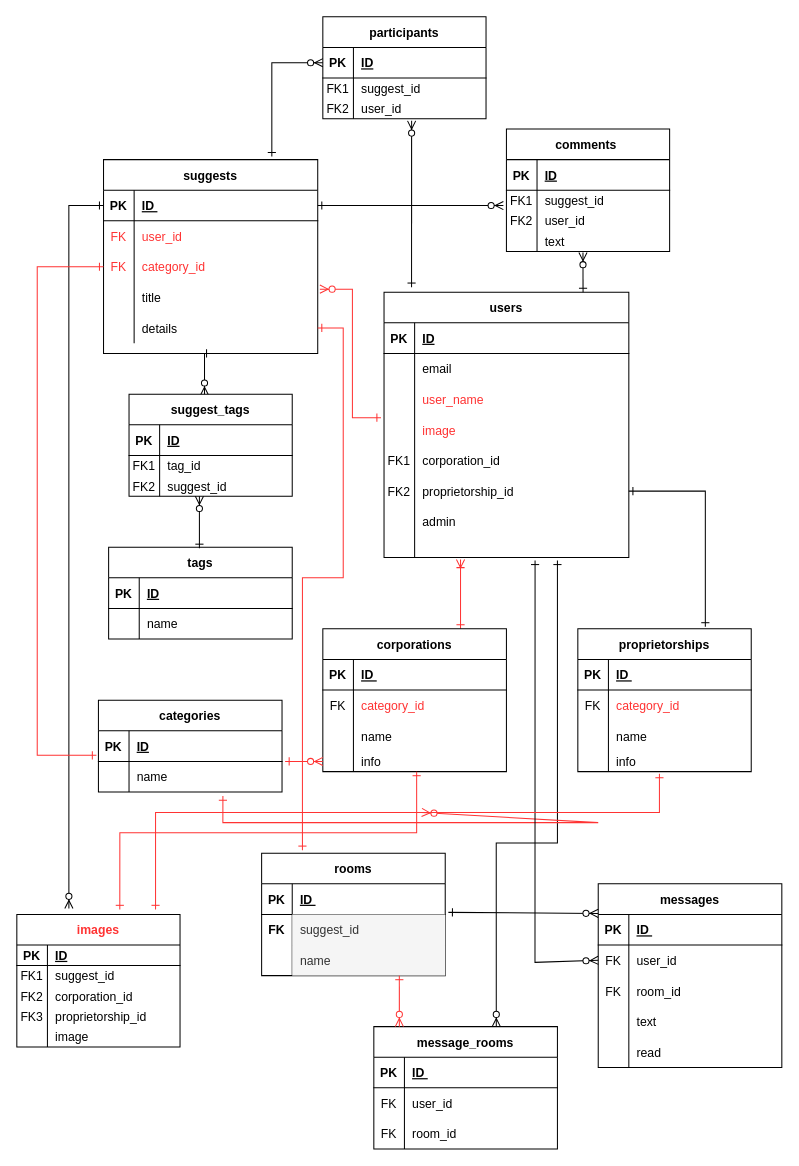
Earlier version of the draw.io diagram page "ページ3" (2 of 2) of Untitled Diagram.drawio (Sec-il-n/dic_guraduate_parts). Source tidied: cells renumbered, new cells numbered last; positions are measured from the earlier drawing's top-left corner, leaving out a move shared by most shapes. Both pictures are drawn from the tidied source at 102%, with x=0, y=0 at pixel (16, 16).
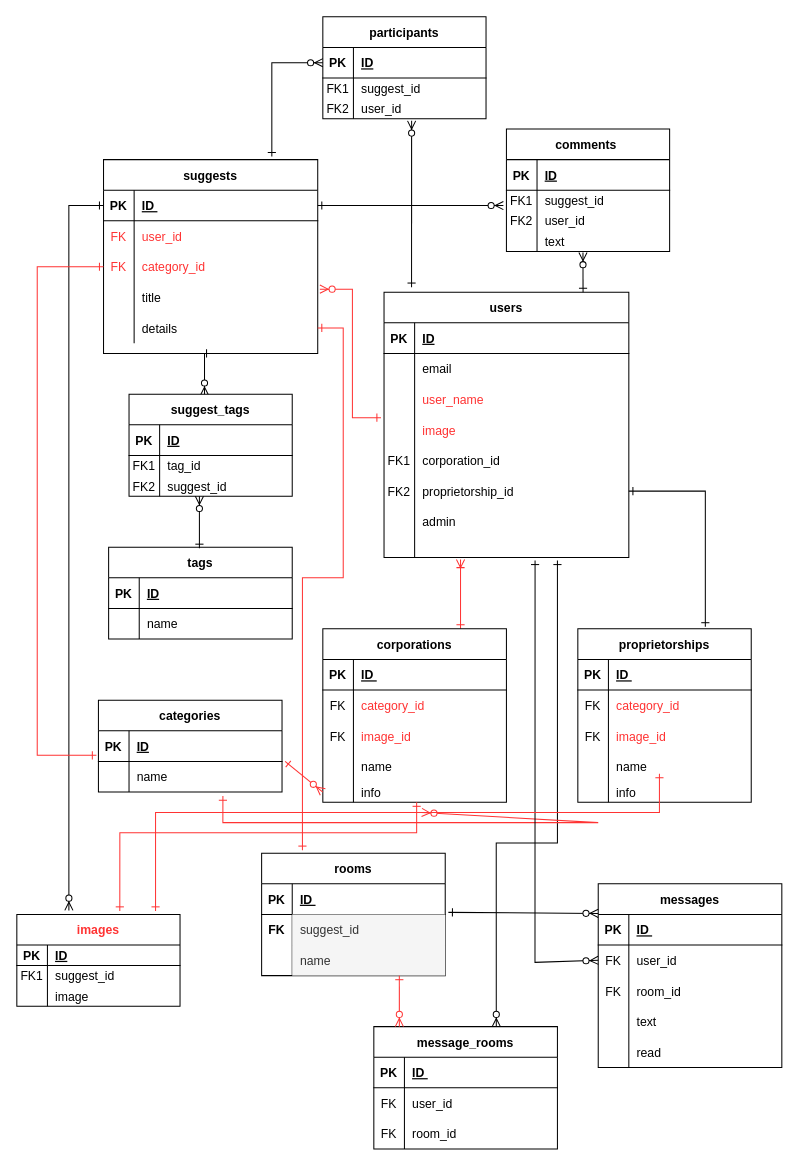
After the change.

Commit message:
Untitled Diagram.drawio を更新します

What changed in the source:
```diff
@@
     <mxCell id="62" value="corporations" style="shape=table;startSize=30;childLayout=tableLayout;rowLines=0;fontStyle=1;align=center;" parent="1" vertex="1">
-      <mxGeometry x="300" y="600" width="180" height="140" as="geometry" />
+      <mxGeometry x="300" y="600" width="180" height="170" as="geometry" />
     </mxCell>
@@
+    <mxCell id="189" style="shape=partialRectangle;fillColor=none;top=0;left=0;right=0;bottom=0;" parent="62" vertex="1">
+      <mxGeometry y="90" width="180" height="30" as="geometry" />
+    </mxCell>
+    <mxCell id="190" value="FK" style="shape=partialRectangle;overflow=hidden;fillColor=none;top=0;left=0;bottom=0;right=0;strokeColor=#FF3333;" parent="189" vertex="1">
+      <mxGeometry width="30" height="30" as="geometry" />
+    </mxCell>
+    <mxCell id="191" value="image_id" style="shape=partialRectangle;overflow=hidden;fillColor=none;top=0;left=0;bottom=0;right=0;align=left;spacingLeft=6;fontColor=#FF3333;" parent="189" vertex="1">
+      <mxGeometry x="30" width="150" height="30" as="geometry" />
+    </mxCell>
     <mxCell id="69" style="shape=partialRectangle;fillColor=none;top=0;left=0;right=0;bottom=0;" parent="62" vertex="1">
-      <mxGeometry y="90" width="180" height="30" as="geometry" />
+      <mxGeometry y="120" width="180" height="30" as="geometry" />
     </mxCell>
@@
     <mxCell id="72" style="shape=partialRectangle;fillColor=none;points=[[0,0.5],[1,0.5]];portConstraint=eastwest;top=0;left=0;right=0;bottom=0;" parent="62" vertex="1">
-      <mxGeometry y="120" width="180" height="20" as="geometry" />
+      <mxGeometry y="150" width="180" height="20" as="geometry" />
     </mxCell>
@@
     <mxCell id="76" value="proprietorships" style="shape=table;startSize=30;childLayout=tableLayout;rowLines=0;fontStyle=1;align=center;" parent="1" vertex="1">
-      <mxGeometry x="550" y="600" width="170" height="140" as="geometry" />
+      <mxGeometry x="550" y="600" width="170" height="170" as="geometry" />
     </mxCell>
@@
+    <mxCell id="192" style="shape=partialRectangle;fillColor=none;top=0;left=0;right=0;bottom=0;" parent="76" vertex="1">
+      <mxGeometry y="90" width="170" height="30" as="geometry" />
+    </mxCell>
+    <mxCell id="193" value="FK" style="shape=partialRectangle;overflow=hidden;fillColor=none;top=0;left=0;bottom=0;right=0;strokeColor=#FF3333;" parent="192" vertex="1">
+      <mxGeometry width="30" height="30" as="geometry" />
+    </mxCell>
+    <mxCell id="194" value="image_id" style="shape=partialRectangle;overflow=hidden;fillColor=none;top=0;left=0;bottom=0;right=0;align=left;spacingLeft=6;strokeColor=#FF3333;fontColor=#FF3333;" parent="192" vertex="1">
+      <mxGeometry x="30" width="140" height="30" as="geometry" />
+    </mxCell>
     <mxCell id="83" style="shape=partialRectangle;fillColor=none;top=0;left=0;right=0;bottom=0;" parent="76" vertex="1">
-      <mxGeometry y="90" width="170" height="30" as="geometry" />
+      <mxGeometry y="120" width="170" height="30" as="geometry" />
     </mxCell>
@@
     <mxCell id="86" style="shape=partialRectangle;fillColor=none;top=0;left=0;right=0;bottom=0;" parent="76" vertex="1">
-      <mxGeometry y="120" width="170" height="20" as="geometry" />
+      <mxGeometry y="150" width="170" height="20" as="geometry" />
     </mxCell>
@@
     <mxCell id="89" value="images" style="shape=table;startSize=30;childLayout=tableLayout;rowLines=0;fontStyle=1;align=center;fontColor=#FF3333;" parent="1" vertex="1">
-      <mxGeometry y="880" width="160" height="130" as="geometry" />
+      <mxGeometry y="880" width="160" height="90" as="geometry" />
     </mxCell>
@@
-    <mxCell id="96" style="shape=partialRectangle;fillColor=none;top=0;left=0;right=0;bottom=0;" parent="89" vertex="1">
-      <mxGeometry y="70" width="160" height="20" as="geometry" />
-    </mxCell>
-    <mxCell id="97" value="FK2" style="shape=partialRectangle;overflow=hidden;fillColor=none;top=0;left=0;bottom=0;right=0;" parent="96" vertex="1">
-      <mxGeometry width="30" height="20" as="geometry" />
-    </mxCell>
-    <mxCell id="98" value="corporation_id" style="shape=partialRectangle;overflow=hidden;fillColor=none;top=0;left=0;bottom=0;right=0;align=left;spacingLeft=6;" parent="96" vertex="1">
-      <mxGeometry x="30" width="130" height="20" as="geometry" />
-    </mxCell>
-    <mxCell id="99" style="shape=partialRectangle;fillColor=none;top=0;left=0;right=0;bottom=0;" parent="89" vertex="1">
-      <mxGeometry y="90" width="160" height="20" as="geometry" />
-    </mxCell>
-    <mxCell id="100" value="FK3" style="shape=partialRectangle;overflow=hidden;fillColor=none;top=0;left=0;bottom=0;right=0;" parent="99" vertex="1">
-      <mxGeometry width="30" height="20" as="geometry" />
-    </mxCell>
-    <mxCell id="101" value="proprietorship_id" style="shape=partialRectangle;overflow=hidden;fillColor=none;top=0;left=0;bottom=0;right=0;align=left;spacingLeft=6;" parent="99" vertex="1">
-      <mxGeometry x="30" width="130" height="20" as="geometry" />
-    </mxCell>
     <mxCell id="102" style="shape=partialRectangle;fillColor=none;top=0;left=0;right=0;bottom=0;" parent="89" vertex="1">
-      <mxGeometry y="110" width="160" height="20" as="geometry" />
+      <mxGeometry y="70" width="160" height="20" as="geometry" />
     </mxCell>
```
